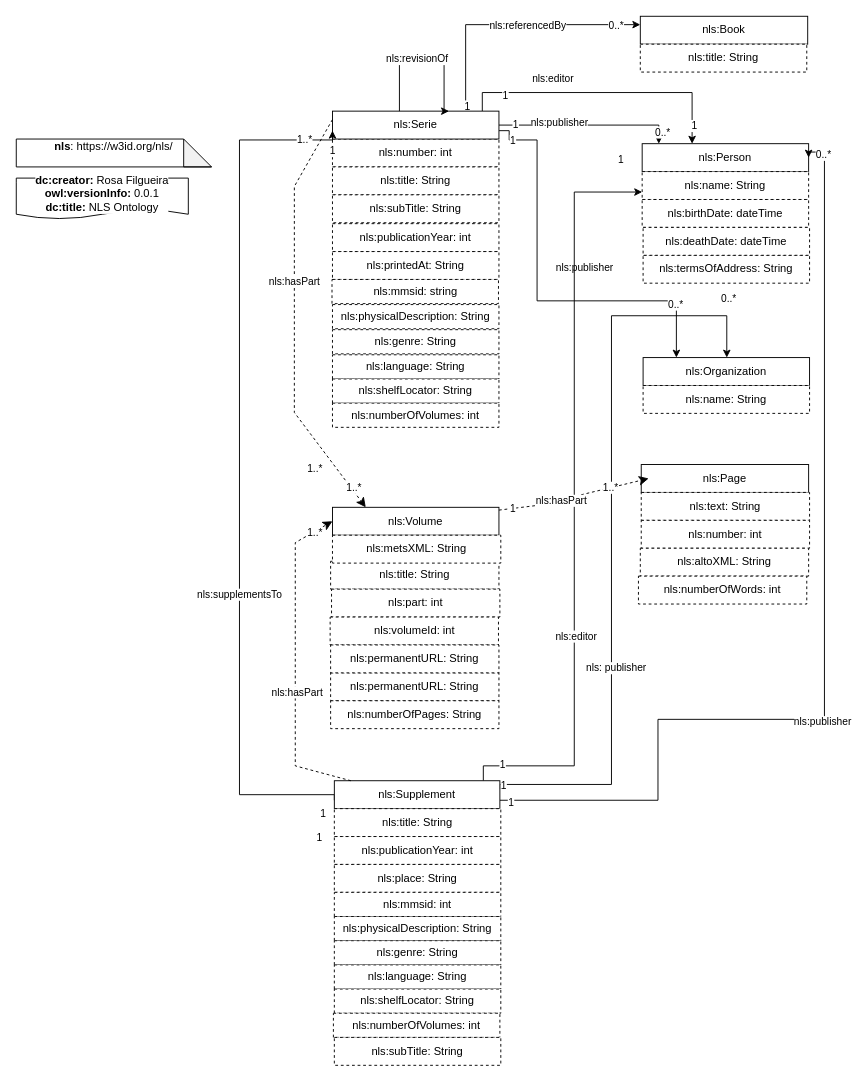
francesNLP/NLS-ontology keeps this draw.io diagram as nls.drawio. Above is the earlier version. Source tidied: cells renumbered, new cells numbered last; positions are measured from the earlier drawing's top-left corner, leaving out a move shared by most shapes. Both pictures are drawn from the tidied source at 93%, with x=0, y=0 at pixel (16, 16).
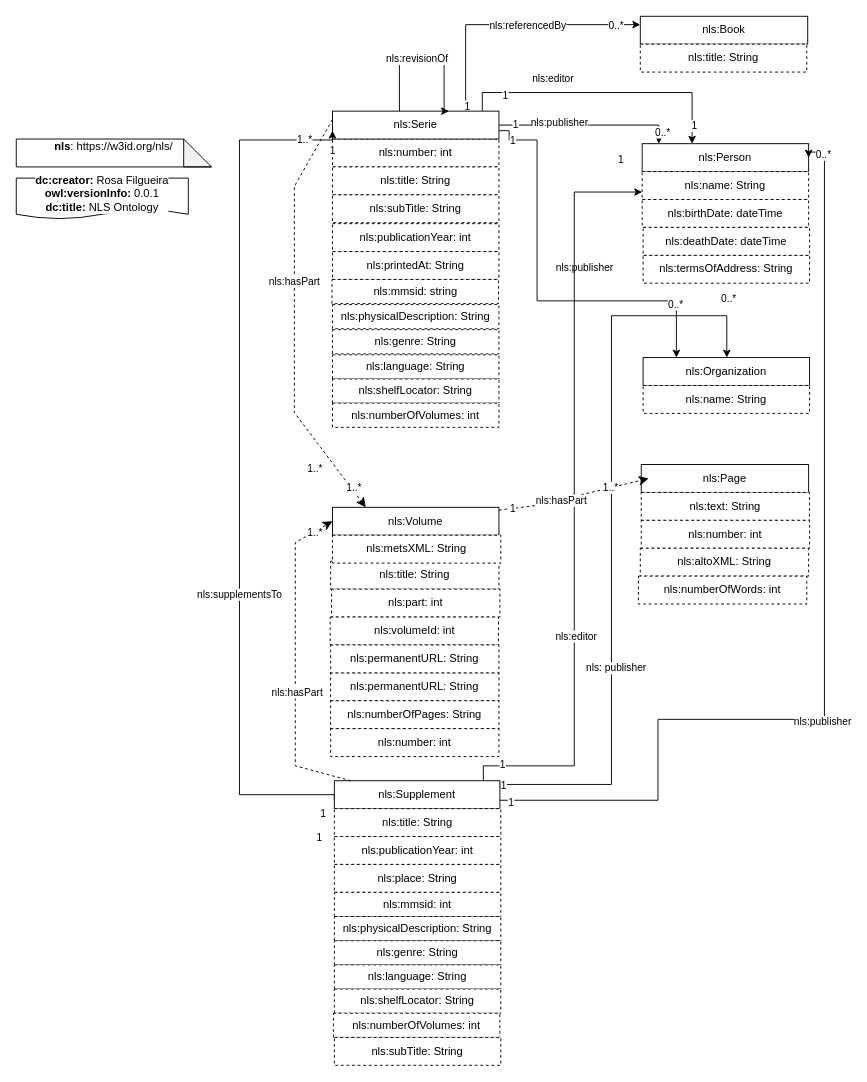
The same diagram, later.

Diff of the diagram source:
```diff
@@
+    <mxCell id="95" value="nls:number: int" style="rounded=0;whiteSpace=wrap;html=1;dashed=1;" parent="1" vertex="1">
+      <mxGeometry x="338" y="766" width="181" height="30" as="geometry" />
+    </mxCell>
```
